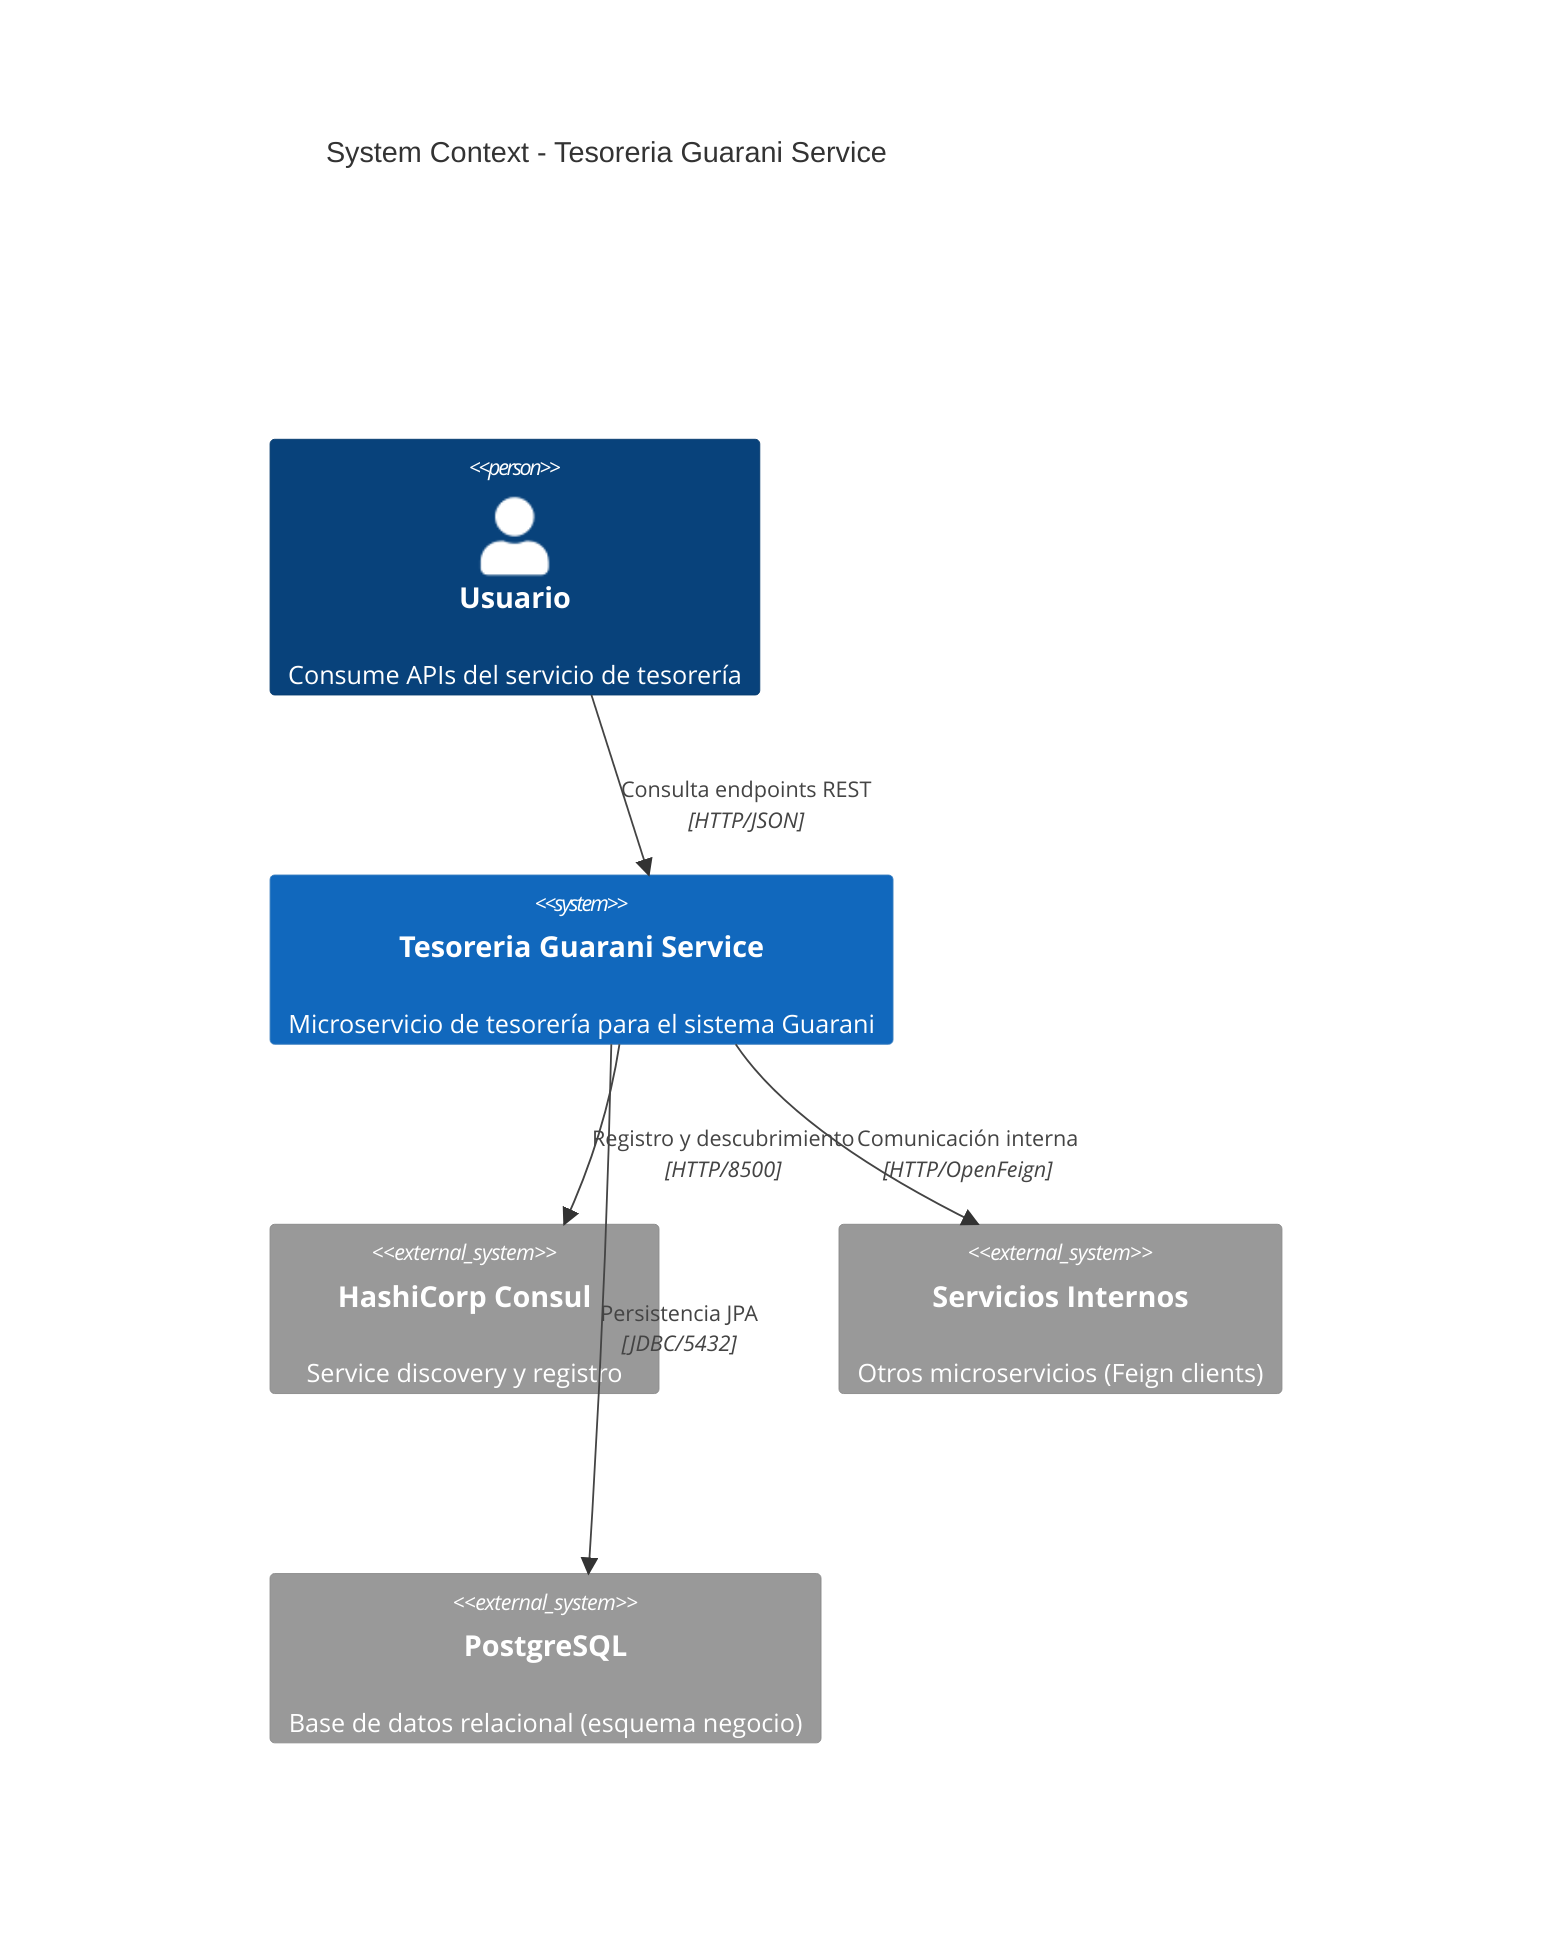
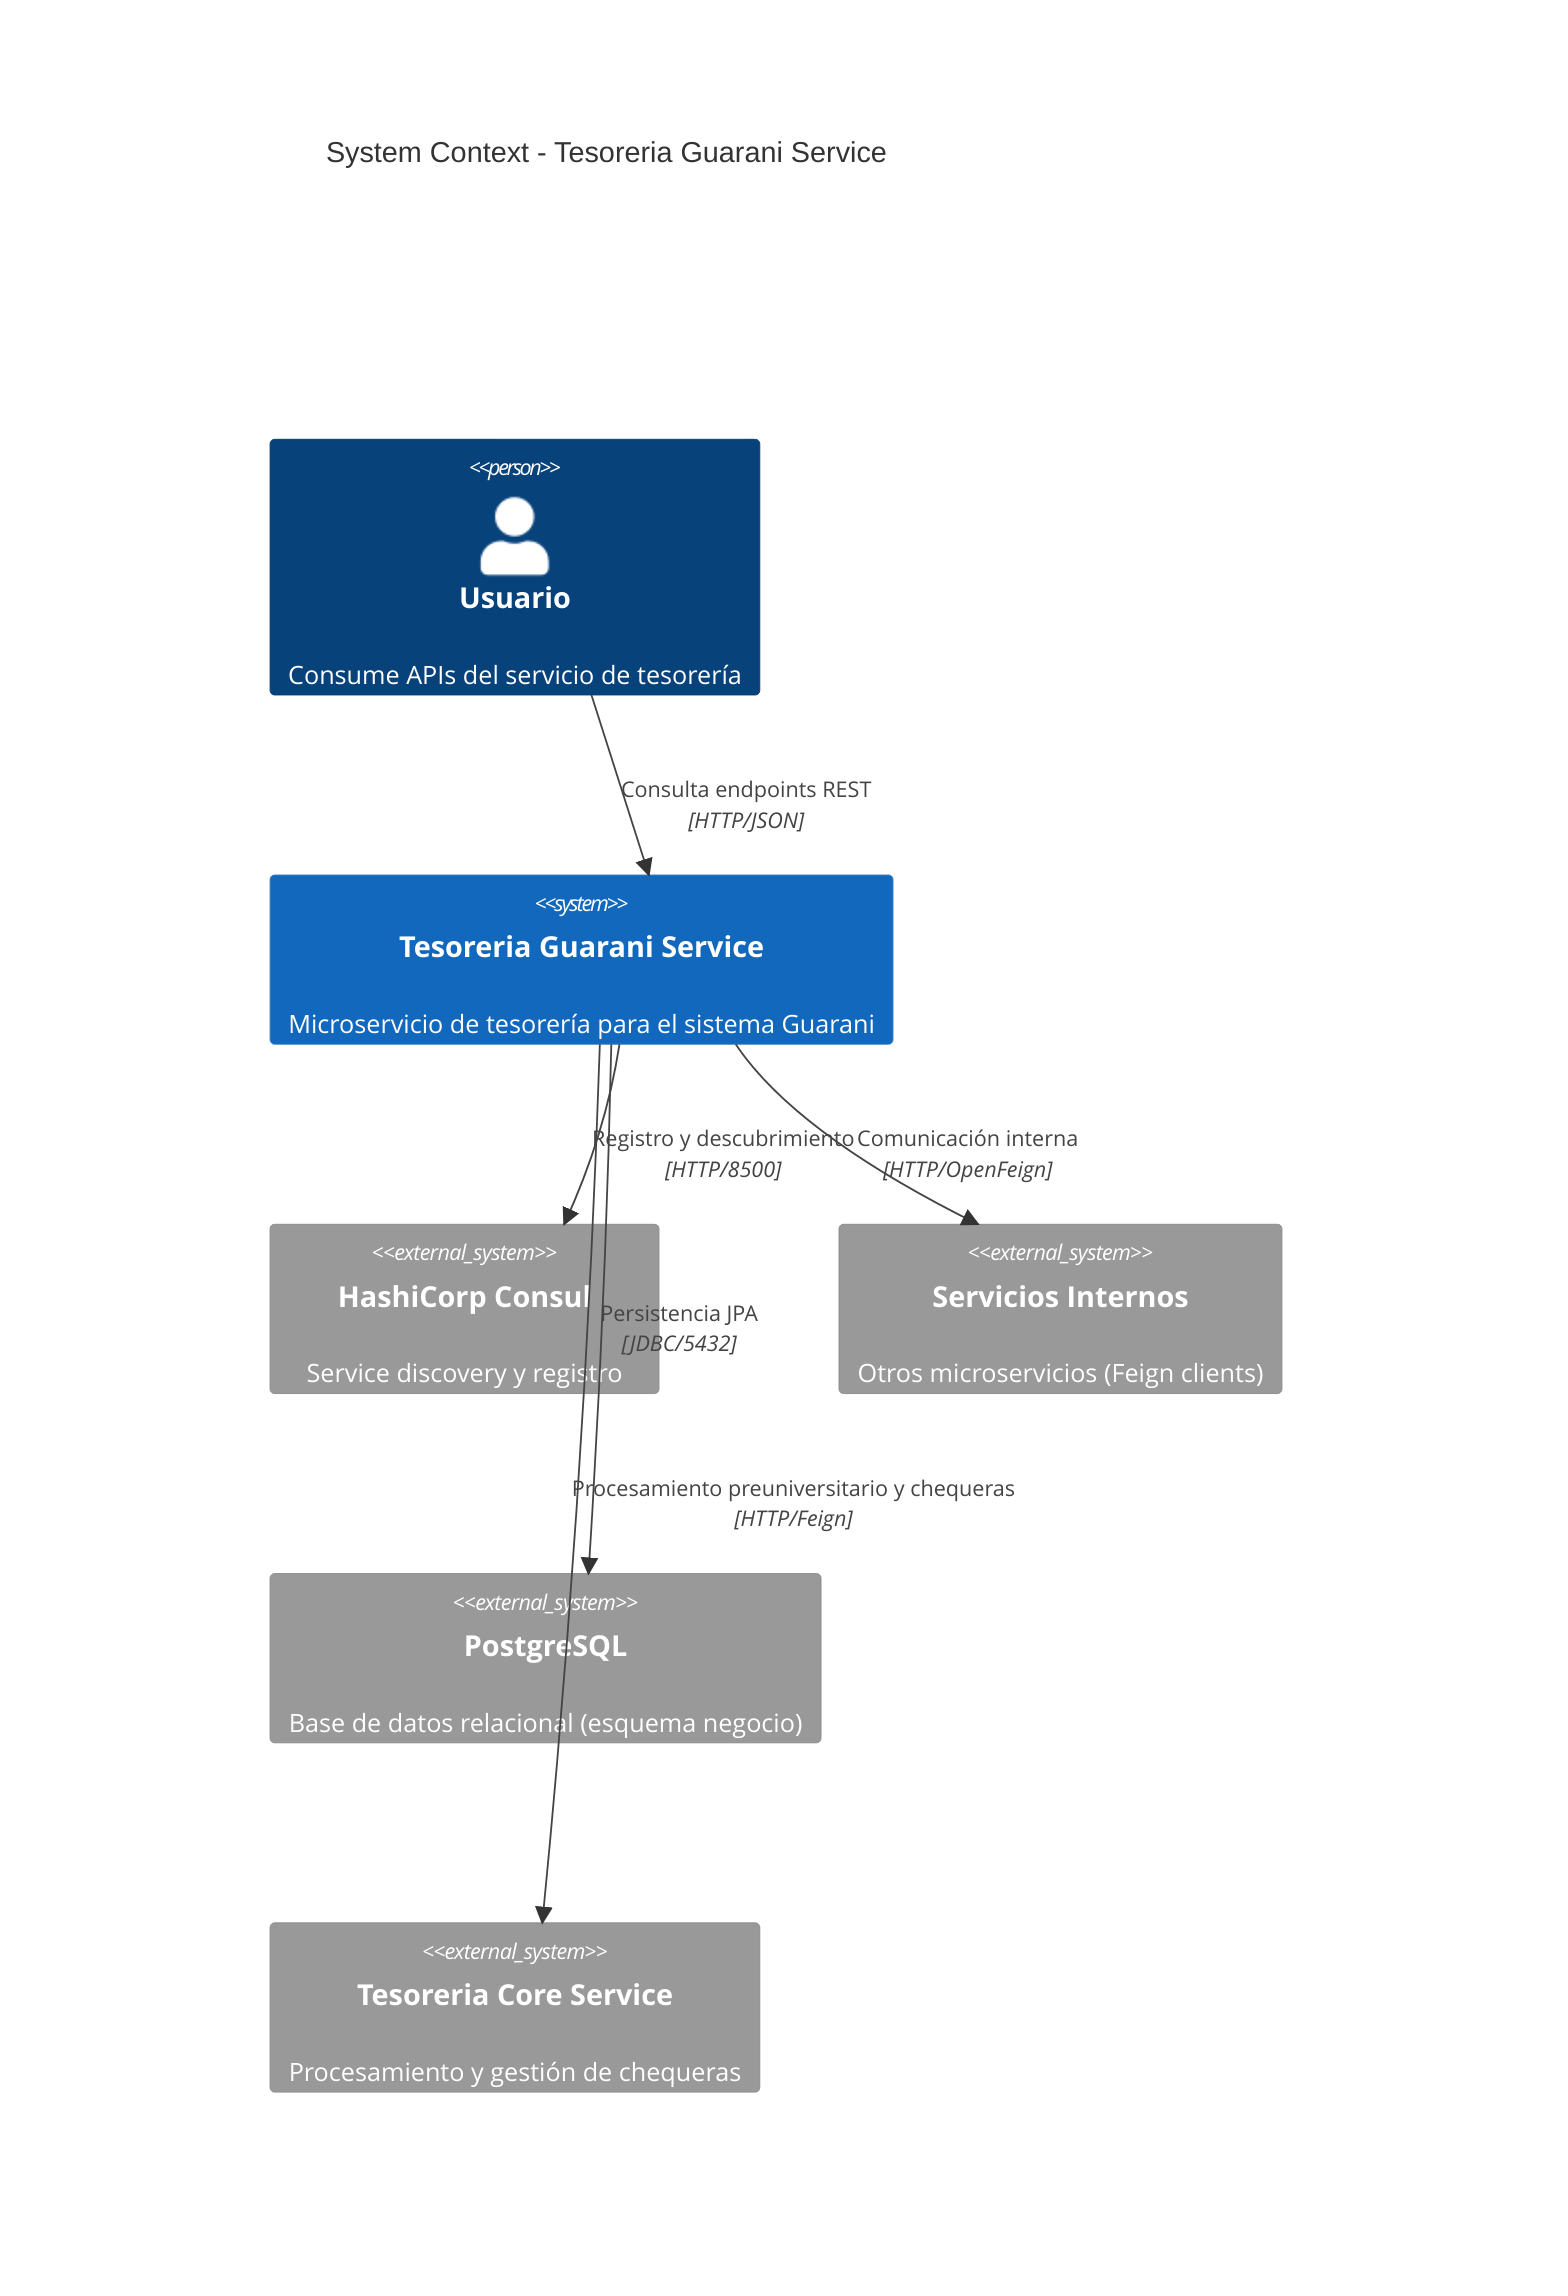
C4Context
    title System Context - Tesoreria Guarani Service

    Person(user, "Usuario", "Consume APIs del servicio de tesorería")

    System(guarani, "Tesoreria Guarani Service", "Microservicio de tesorería para el sistema Guarani")

    System_Ext(consul, "HashiCorp Consul", "Service discovery y registro")
    System_Ext(feign_clients, "Servicios Internos", "Otros microservicios (Feign clients)")
    System_Ext(postgresql, "PostgreSQL", "Base de datos relacional (esquema negocio)")
+     System_Ext(core, "Tesoreria Core Service", "Procesamiento y gestión de chequeras")

    Rel(user, guarani, "Consulta endpoints REST", "HTTP/JSON")
    Rel(guarani, consul, "Registro y descubrimiento", "HTTP/8500")
    Rel(guarani, feign_clients, "Comunicación interna", "HTTP/OpenFeign")
    Rel(guarani, postgresql, "Persistencia JPA", "JDBC/5432")
+     Rel(guarani, core, "Procesamiento preuniversitario y chequeras", "HTTP/Feign")
